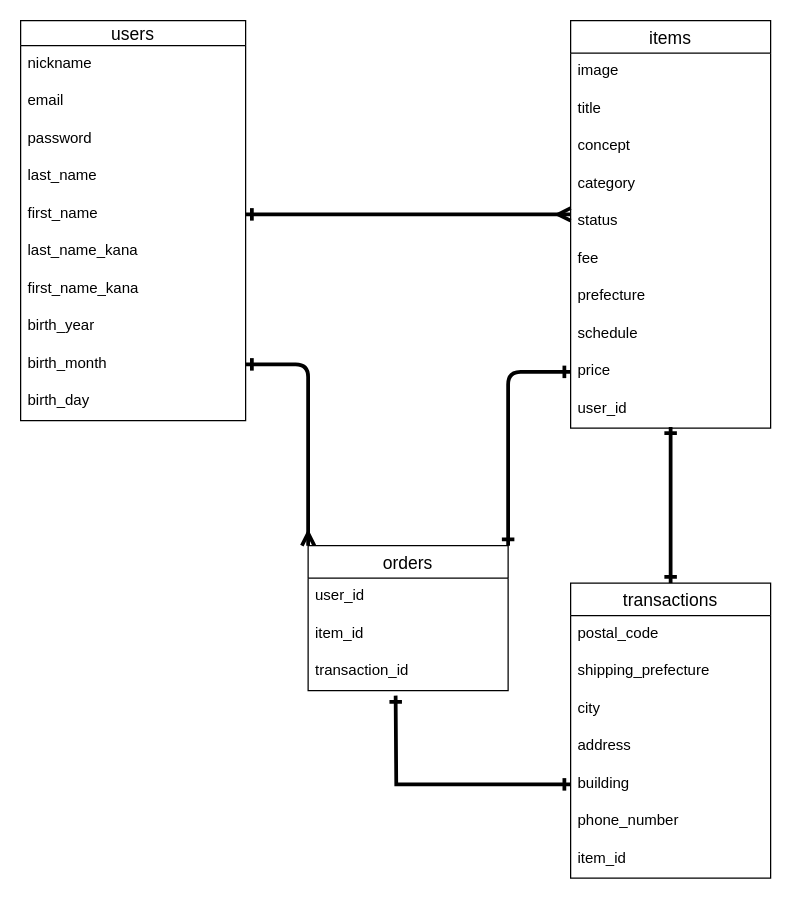
The draw.io diagram furima.dio in kakiti/furima-32074, before the edit. Source tidied: cells renumbered, new cells numbered last; positions are measured from the earlier drawing's top-left corner, leaving out a move shared by most shapes. Both pictures are drawn from the tidied source at 125%, with x=0, y=0 at pixel (20, 20).
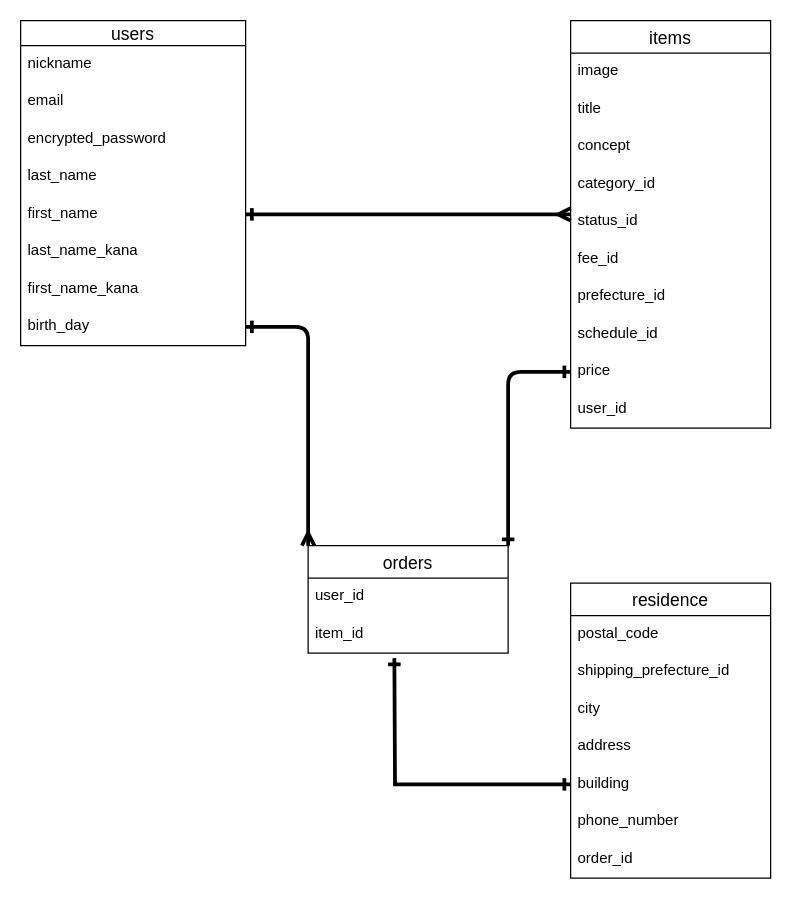
Above is the later version.

The change refers to these unchanged cells:
```xml
<mxCell id="13" value="items" style="swimlane;fontStyle=0;horizontal=1;startSize=26;align=center;fontSize=14;" parent="1" vertex="1">
  <mxGeometry x="440" width="160" height="326" as="geometry" />
</mxCell>
<mxCell id="23" value="user_id" style="text;strokeColor=none;fillColor=none;spacingLeft=4;spacingRight=4;overflow=hidden;points=[[0,0.5],[1,0.5]];portConstraint=eastwest;fontSize=12;" parent="13" vertex="1">
  <mxGeometry y="296" width="160" height="30" as="geometry" />
</mxCell>
<mxCell id="30" value="building" style="text;strokeColor=none;fillColor=none;spacingLeft=4;spacingRight=4;overflow=hidden;points=[[0,0.5],[1,0.5]];portConstraint=eastwest;fontSize=12;" parent="25" vertex="1">
  <mxGeometry y="146" width="160" height="30" as="geometry" />
</mxCell>
```

Change to the diagram source:
```diff
@@
     <mxCell id="2" value="users" style="swimlane;fontStyle=0;horizontal=1;startSize=20;align=center;fontSize=14;" parent="1" vertex="1">
-      <mxGeometry width="180" height="320" as="geometry" />
+      <mxGeometry width="180" height="260" as="geometry" />
     </mxCell>
@@
-    <mxCell id="5" value="password" style="text;strokeColor=none;fillColor=none;spacingLeft=4;spacingRight=4;overflow=hidden;fontSize=12;" parent="2" vertex="1">
+    <mxCell id="5" value="encrypted_password" style="text;strokeColor=none;fillColor=none;spacingLeft=4;spacingRight=4;overflow=hidden;fontSize=12;" parent="2" vertex="1">
       <mxGeometry y="80" width="180" height="30" as="geometry" />
     </mxCell>
@@
-    <mxCell id="10" value="birth_year" style="text;strokeColor=none;fillColor=none;spacingLeft=4;spacingRight=4;overflow=hidden;points=[[0,0.5],[1,0.5]];portConstraint=eastwest;fontSize=12;" parent="2" vertex="1">
+    <mxCell id="10" value="birth_day" style="text;strokeColor=none;fillColor=none;spacingLeft=4;spacingRight=4;overflow=hidden;points=[[0,0.5],[1,0.5]];portConstraint=eastwest;fontSize=12;" parent="2" vertex="1">
       <mxGeometry y="230" width="180" height="30" as="geometry" />
     </mxCell>
-    <mxCell id="11" value="birth_month" style="text;strokeColor=none;fillColor=none;spacingLeft=4;spacingRight=4;overflow=hidden;points=[[0,0.5],[1,0.5]];portConstraint=eastwest;fontSize=12;" parent="2" vertex="1">
-      <mxGeometry y="260" width="180" height="30" as="geometry" />
-    </mxCell>
-    <mxCell id="12" value="birth_day" style="text;strokeColor=none;fillColor=none;spacingLeft=4;spacingRight=4;overflow=hidden;fontSize=12;" parent="2" vertex="1">
-      <mxGeometry y="290" width="180" height="30" as="geometry" />
-    </mxCell>
@@
-    <mxCell id="17" value="category" style="text;strokeColor=none;fillColor=none;spacingLeft=4;spacingRight=4;overflow=hidden;fontSize=12;" parent="13" vertex="1">
+    <mxCell id="17" value="category_id" style="text;strokeColor=none;fillColor=none;spacingLeft=4;spacingRight=4;overflow=hidden;fontSize=12;" parent="13" vertex="1">
       <mxGeometry y="116" width="160" height="30" as="geometry" />
     </mxCell>
-    <mxCell id="18" value="status" style="text;strokeColor=none;fillColor=none;spacingLeft=4;spacingRight=4;overflow=hidden;points=[[0,0.5],[1,0.5]];portConstraint=eastwest;fontSize=12;" parent="13" vertex="1">
+    <mxCell id="18" value="status_id" style="text;strokeColor=none;fillColor=none;spacingLeft=4;spacingRight=4;overflow=hidden;points=[[0,0.5],[1,0.5]];portConstraint=eastwest;fontSize=12;" parent="13" vertex="1">
       <mxGeometry y="146" width="160" height="30" as="geometry" />
     </mxCell>
-    <mxCell id="19" value="fee" style="text;strokeColor=none;fillColor=none;spacingLeft=4;spacingRight=4;overflow=hidden;fontSize=12;" parent="13" vertex="1">
+    <mxCell id="19" value="fee_id" style="text;strokeColor=none;fillColor=none;spacingLeft=4;spacingRight=4;overflow=hidden;fontSize=12;" parent="13" vertex="1">
       <mxGeometry y="176" width="160" height="30" as="geometry" />
     </mxCell>
-    <mxCell id="20" value="prefecture" style="text;strokeColor=none;fillColor=none;spacingLeft=4;spacingRight=4;overflow=hidden;fontSize=12;" parent="13" vertex="1">
+    <mxCell id="20" value="prefecture_id" style="text;strokeColor=none;fillColor=none;spacingLeft=4;spacingRight=4;overflow=hidden;fontSize=12;" parent="13" vertex="1">
       <mxGeometry y="206" width="160" height="30" as="geometry" />
     </mxCell>
-    <mxCell id="21" value="schedule" style="text;strokeColor=none;fillColor=none;spacingLeft=4;spacingRight=4;overflow=hidden;fontSize=12;" parent="13" vertex="1">
+    <mxCell id="21" value="schedule_id" style="text;strokeColor=none;fillColor=none;spacingLeft=4;spacingRight=4;overflow=hidden;fontSize=12;" parent="13" vertex="1">
       <mxGeometry y="236" width="160" height="30" as="geometry" />
     </mxCell>
@@
-    <mxCell id="24" style="edgeStyle=orthogonalEdgeStyle;rounded=0;jettySize=auto;html=1;exitX=0.5;exitY=0;exitDx=0;exitDy=0;entryX=0.5;entryY=0.967;entryDx=0;entryDy=0;entryPerimeter=0;startArrow=ERone;startFill=0;endArrow=ERone;endFill=0;strokeWidth=3;" parent="1" edge="1" source="25" target="23">
-      <mxGeometry relative="1" as="geometry" />
-    </mxCell>
-    <mxCell id="25" value="transactions" style="swimlane;fontStyle=0;horizontal=1;startSize=26;align=center;fontSize=14;" parent="1" vertex="1">
+    <mxCell id="25" value="residence" style="swimlane;fontStyle=0;horizontal=1;startSize=26;align=center;fontSize=14;" parent="1" vertex="1">
       <mxGeometry x="440" y="450" width="160" height="236" as="geometry" />
     </mxCell>
@@
-    <mxCell id="27" value="shipping_prefecture" style="text;strokeColor=none;fillColor=none;spacingLeft=4;spacingRight=4;overflow=hidden;fontSize=12;" parent="25" vertex="1">
+    <mxCell id="27" value="shipping_prefecture_id" style="text;strokeColor=none;fillColor=none;spacingLeft=4;spacingRight=4;overflow=hidden;fontSize=12;" parent="25" vertex="1">
       <mxGeometry y="56" width="160" height="30" as="geometry" />
     </mxCell>
@@
-    <mxCell id="32" value="item_id" style="text;strokeColor=none;fillColor=none;spacingLeft=4;spacingRight=4;overflow=hidden;fontSize=12;" parent="25" vertex="1">
+    <mxCell id="32" value="order_id" style="text;strokeColor=none;fillColor=none;spacingLeft=4;spacingRight=4;overflow=hidden;fontSize=12;" parent="25" vertex="1">
       <mxGeometry y="206" width="160" height="30" as="geometry" />
     </mxCell>
@@
-    <mxCell id="35" style="edgeStyle=orthogonalEdgeStyle;curved=0;rounded=1;sketch=0;jettySize=auto;html=1;exitX=0;exitY=0;exitDx=0;exitDy=0;entryX=1;entryY=0.5;entryDx=0;entryDy=0;startArrow=ERmany;startFill=0;endArrow=ERone;endFill=0;strokeWidth=3;" parent="1" edge="1" source="36" target="11">
+    <mxCell id="35" style="edgeStyle=orthogonalEdgeStyle;curved=0;rounded=1;sketch=0;jettySize=auto;html=1;exitX=0;exitY=0;exitDx=0;exitDy=0;entryX=1;entryY=0.5;entryDx=0;entryDy=0;startArrow=ERmany;startFill=0;endArrow=ERone;endFill=0;strokeWidth=3;" parent="1" edge="1" source="36" target="10">
       <mxGeometry relative="1" as="geometry" />
     </mxCell>
     <mxCell id="36" value="orders" style="swimlane;fontStyle=0;horizontal=1;startSize=26;align=center;fontSize=14;" parent="1" vertex="1">
-      <mxGeometry x="230" y="420" width="160" height="116" as="geometry" />
+      <mxGeometry x="230" y="420" width="160" height="86" as="geometry" />
     </mxCell>
@@
-    <mxCell id="39" value="transaction_id" style="text;strokeColor=none;fillColor=none;spacingLeft=4;spacingRight=4;overflow=hidden;fontSize=12;" parent="36" vertex="1">
-      <mxGeometry y="86" width="160" height="30" as="geometry" />
-    </mxCell>
     <mxCell id="40" style="edgeStyle=orthogonalEdgeStyle;rounded=0;jettySize=auto;html=1;exitX=0;exitY=0.5;exitDx=0;exitDy=0;startArrow=ERone;startFill=0;endArrow=ERone;endFill=0;strokeWidth=3;" parent="1" edge="1" source="30">
       <mxGeometry relative="1" as="geometry">
-        <mxPoint x="300" y="540" as="targetPoint" />
+        <mxPoint x="299" y="510" as="targetPoint" />
       </mxGeometry>
     </mxCell>
```
